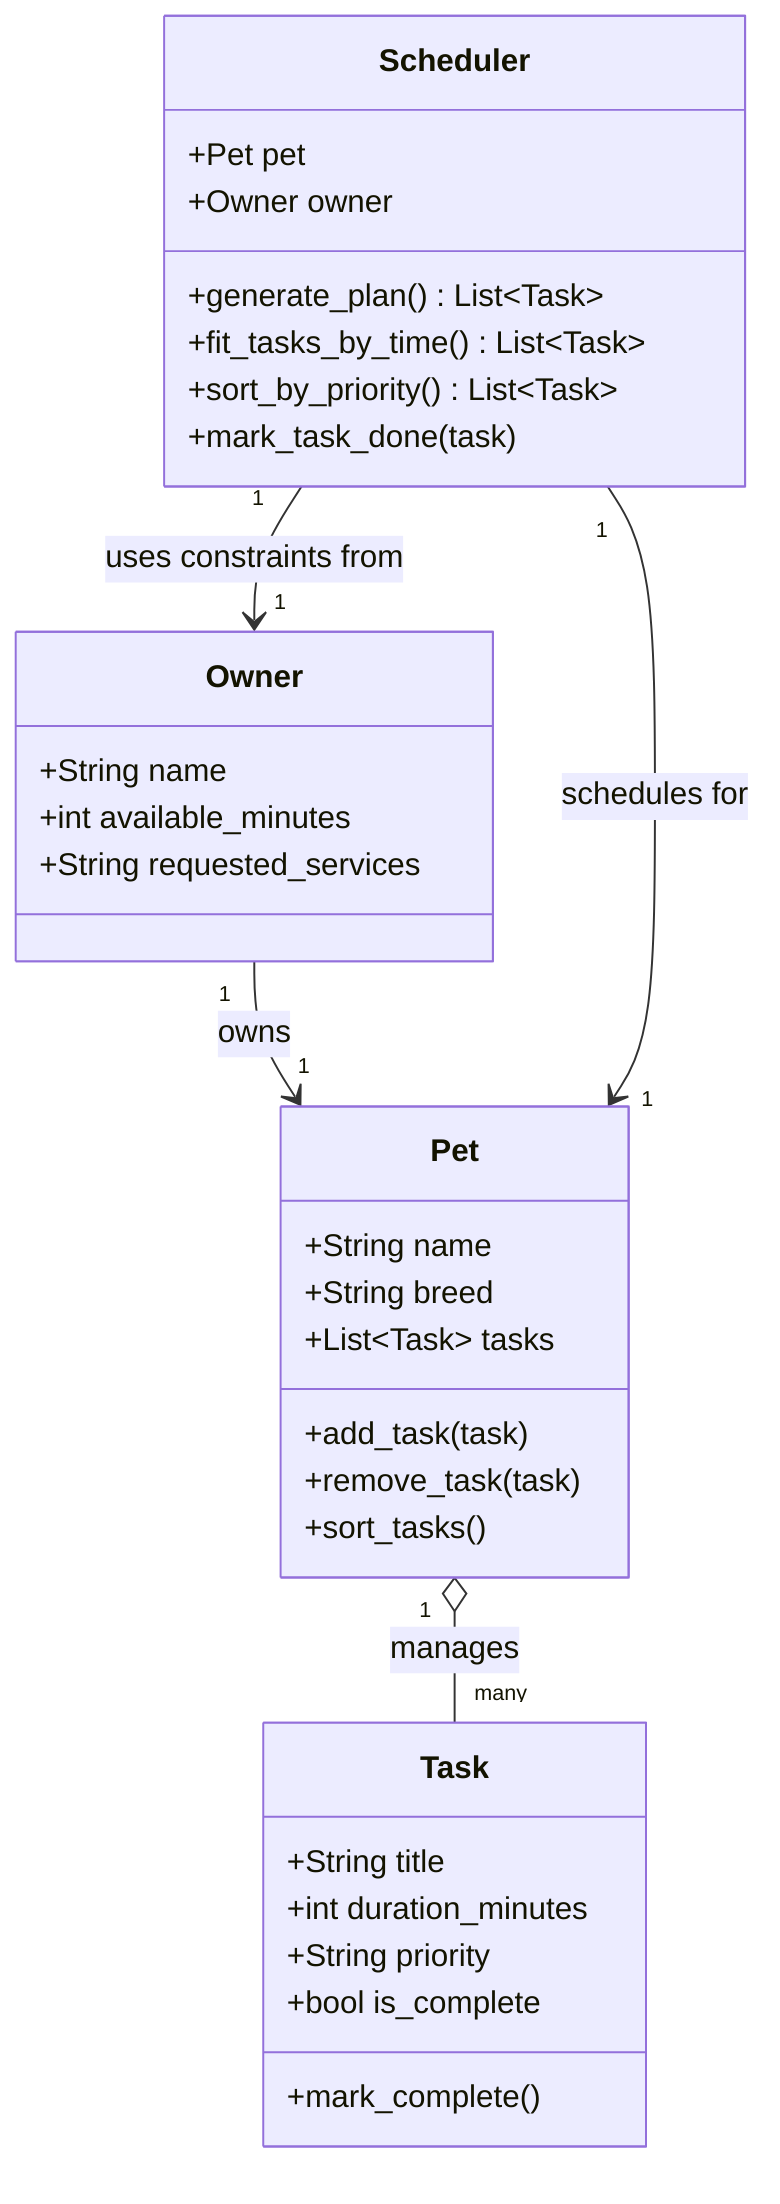
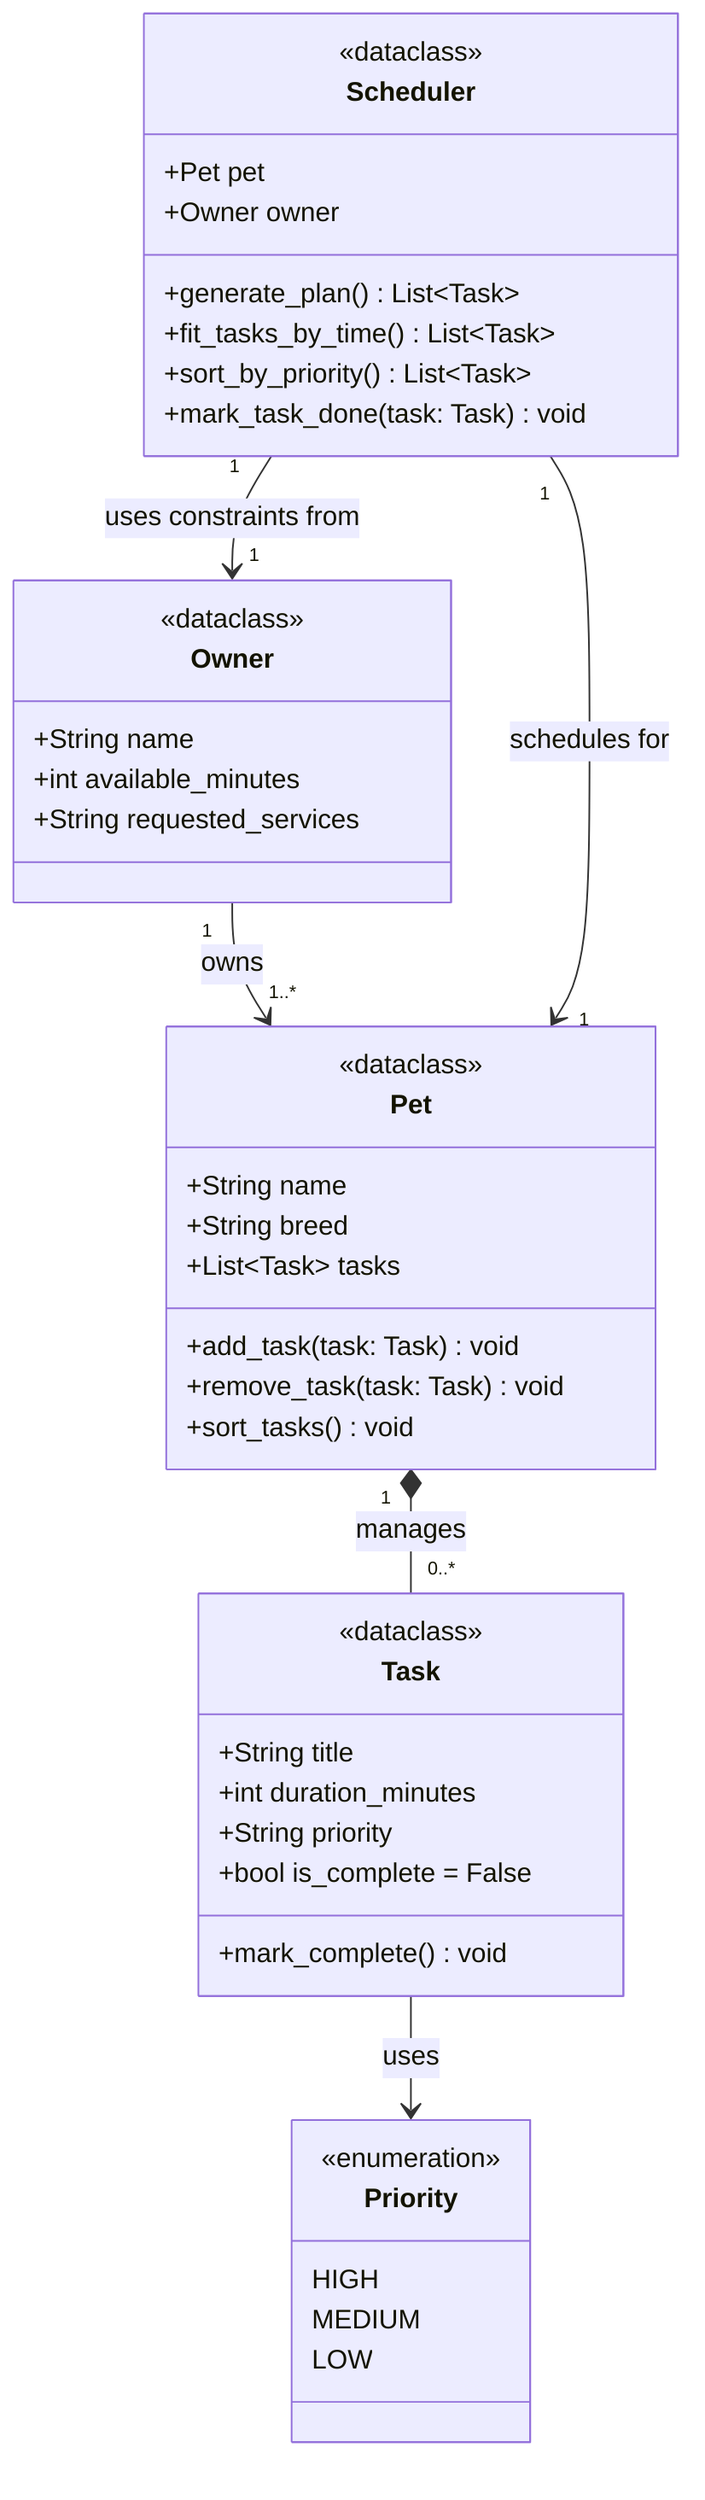
classDiagram
-     %% Replace the placeholders below with your actual classes, attributes, methods, and relationships.
-     %% Keep this file updated so it matches your final implementation.
+     class Priority {
+         <<enumeration>>
+         HIGH
+         MEDIUM
+         LOW
+     }
+ 
    class Owner {
+         <<dataclass>>
        +String name
        +int available_minutes
        +String requested_services
    }

    class Pet {
+         <<dataclass>>
        +String name
        +String breed
        +List~Task~ tasks
-         +add_task(task)
-         +remove_task(task)
-         +sort_tasks()
+         +add_task(task: Task) void
+         +remove_task(task: Task) void
+         +sort_tasks() void
    }

    class Task {
+         <<dataclass>>
        +String title
        +int duration_minutes
        +String priority
-         +bool is_complete
-         +mark_complete()
+         +bool is_complete = False
+         +mark_complete() void
    }

    class Scheduler {
+         <<dataclass>>
        +Pet pet
        +Owner owner
        +generate_plan() List~Task~
        +fit_tasks_by_time() List~Task~
        +sort_by_priority() List~Task~
-         +mark_task_done(task)
+         +mark_task_done(task: Task) void
    }

-     Owner "1" --> "1" Pet : owns
-     Pet "1" o-- "many" Task : manages
+     Owner "1" --> "1..*" Pet : owns
+     Pet "1" *-- "0..*" Task : manages
    Scheduler "1" --> "1" Pet : schedules for
    Scheduler "1" --> "1" Owner : uses constraints from
+     Task --> Priority : uses

